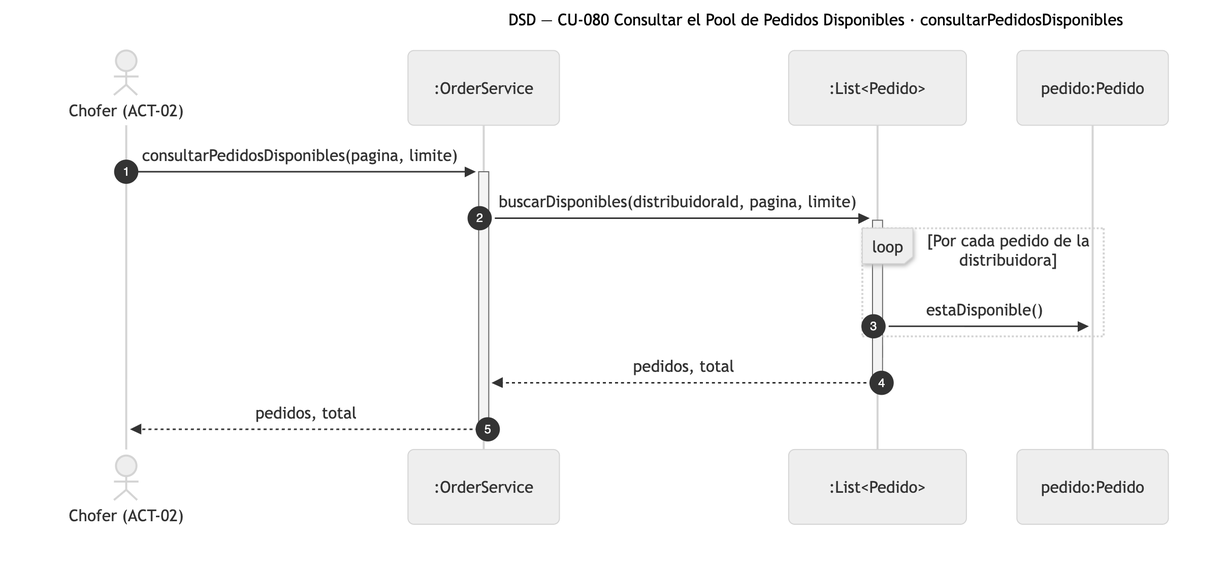
This is diagramas/png/DSD_CU-080_consultarPedidosDisponibles.png from Nahuelito-Dev/splg-docs, a Mermaid export, as it was before one commit. Its source is kept beside it as diagramas/DSD_CU-080_consultarPedidosDisponibles.mmd. The source it was exported from:
```mermaid
sequenceDiagram
    title DSD — CU-080 Consultar el Pool de Pedidos Disponibles · consultarPedidosDisponibles
    autonumber
    actor CHF as Chofer (ACT-02)
    participant SRV as :OrderService
    participant COL as :List#lt;Pedido#gt;
    participant PED as pedido:Pedido

    CHF->>+SRV: consultarPedidosDisponibles(pagina, limite)
    SRV->>+COL: buscarDisponibles(distribuidoraId, pagina, limite)
    loop Por cada pedido de la distribuidora
        COL->>PED: estaDisponible()
    end
    COL-->>-SRV: pedidos, total
    SRV-->>-CHF: pedidos, total
```
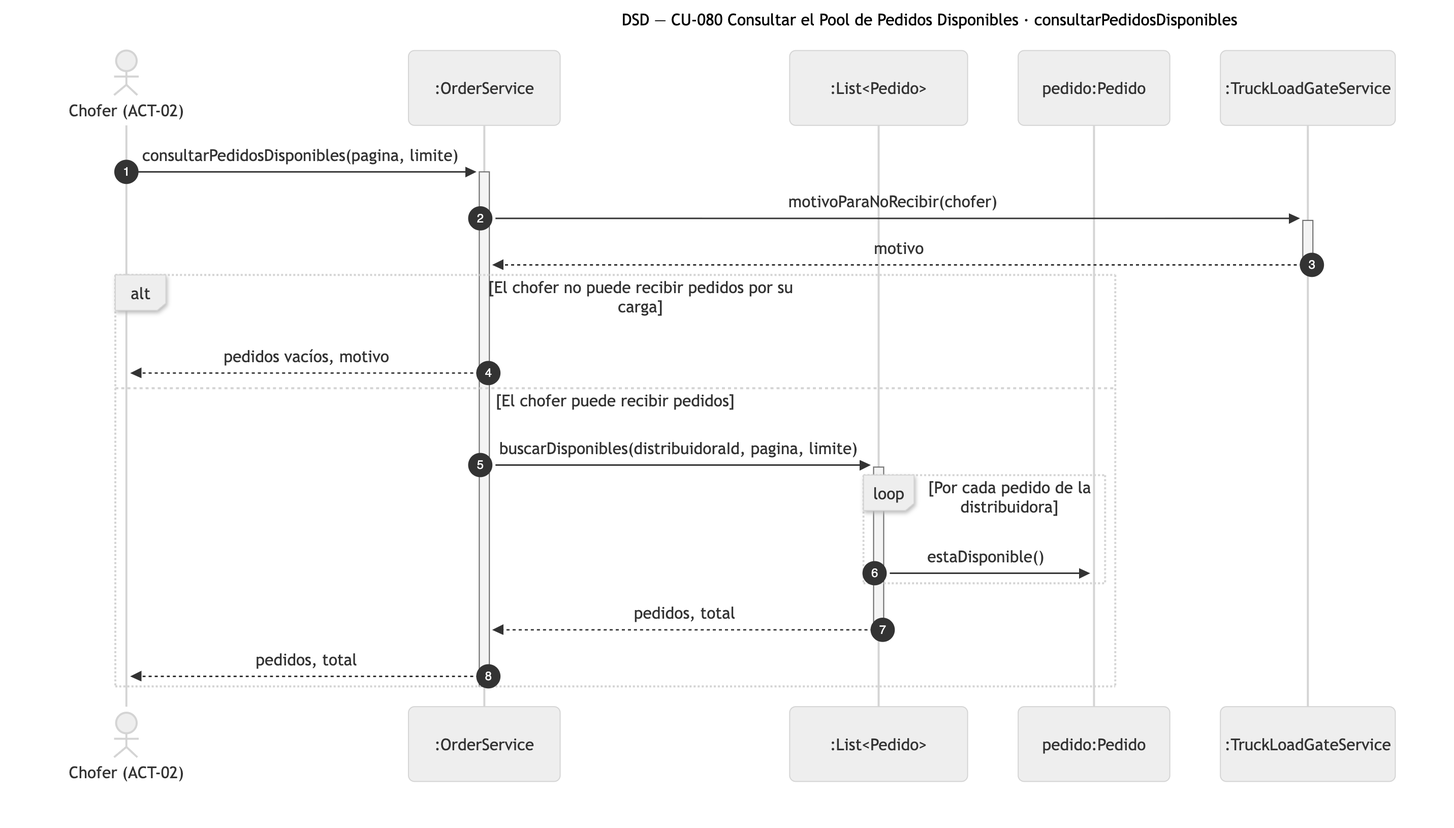
After the commit.

Diff of the diagram source:
```diff
@@ -5,11 +5,19 @@
     participant SRV as :OrderService
     participant COL as :List#lt;Pedido#gt;
     participant PED as pedido:Pedido
+    participant TLG as :TruckLoadGateService
 
     CHF->>+SRV: consultarPedidosDisponibles(pagina, limite)
-    SRV->>+COL: buscarDisponibles(distribuidoraId, pagina, limite)
-    loop Por cada pedido de la distribuidora
-        COL->>PED: estaDisponible()
+    SRV->>+TLG: motivoParaNoRecibir(chofer)
+    TLG-->>-SRV: motivo
+    alt El chofer no puede recibir pedidos por su carga
+        SRV-->>CHF: pedidos vacíos, motivo
+    else El chofer puede recibir pedidos
+        SRV->>+COL: buscarDisponibles(distribuidoraId, pagina, limite)
+        loop Por cada pedido de la distribuidora
+            COL->>PED: estaDisponible()
+        end
+        COL-->>-SRV: pedidos, total
+        SRV-->>CHF: pedidos, total
     end
-    COL-->>-SRV: pedidos, total
-    SRV-->>-CHF: pedidos, total
+    deactivate SRV
```
